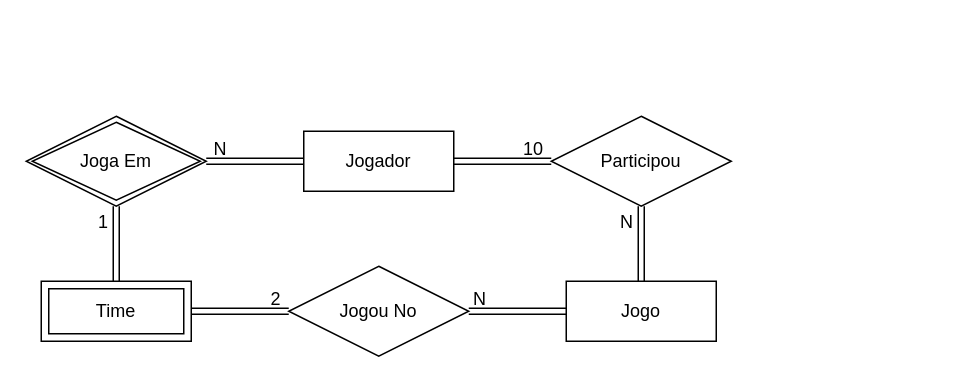
Above: ADS202-Exercicio2.drawio in Masso13/ADS202-Exercicios-17032023 (draw.io), before the change. Source tidied: cells renumbered, new cells numbered last; positions are measured from the earlier drawing's top-left corner, leaving out a move shared by most shapes. Both pictures are drawn from the tidied source at 150%, with x=0, y=0 at pixel (26, 116).
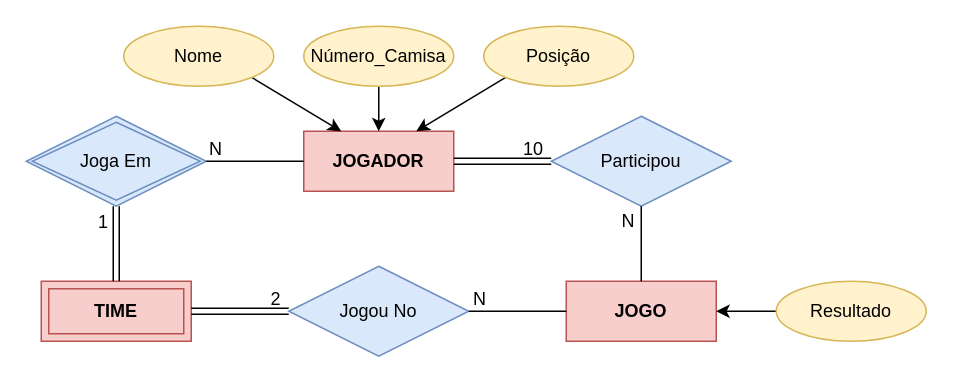
Above is the later version.

Change to the diagram source:
```diff
@@
-    <mxCell id="2" value="Jogo" style="whiteSpace=wrap;html=1;align=center;" parent="1" vertex="1">
+    <mxCell id="2" value="&lt;b&gt;JOGO&lt;/b&gt;" style="whiteSpace=wrap;html=1;align=center;fillColor=#f8cecc;strokeColor=#b85450;" parent="1" vertex="1">
       <mxGeometry x="360" y="110" width="100" height="40" as="geometry" />
     </mxCell>
-    <mxCell id="3" value="Jogador" style="whiteSpace=wrap;html=1;align=center;" parent="1" vertex="1">
+    <mxCell id="3" value="&lt;b&gt;JOGADOR&lt;/b&gt;" style="whiteSpace=wrap;html=1;align=center;fillColor=#f8cecc;strokeColor=#b85450;" parent="1" vertex="1">
       <mxGeometry x="185" y="10" width="100" height="40" as="geometry" />
     </mxCell>
-    <mxCell id="4" value="Time" style="shape=ext;margin=3;double=1;whiteSpace=wrap;html=1;align=center;" parent="1" vertex="1">
+    <mxCell id="4" value="&lt;b&gt;TIME&lt;/b&gt;" style="shape=ext;margin=3;double=1;whiteSpace=wrap;html=1;align=center;fillColor=#f8cecc;strokeColor=#b85450;" parent="1" vertex="1">
       <mxGeometry x="10" y="110" width="100" height="40" as="geometry" />
     </mxCell>
-    <mxCell id="5" value="Joga Em" style="shape=rhombus;double=1;perimeter=rhombusPerimeter;whiteSpace=wrap;html=1;align=center;" parent="1" vertex="1">
+    <mxCell id="5" value="Joga Em" style="shape=rhombus;double=1;perimeter=rhombusPerimeter;whiteSpace=wrap;html=1;align=center;fillColor=#dae8fc;strokeColor=#6c8ebf;" parent="1" vertex="1">
       <mxGeometry width="120" height="60" as="geometry" />
     </mxCell>
-    <mxCell id="6" value="Jogou No" style="shape=rhombus;perimeter=rhombusPerimeter;whiteSpace=wrap;html=1;align=center;" parent="1" vertex="1">
+    <mxCell id="6" value="Jogou No" style="shape=rhombus;perimeter=rhombusPerimeter;whiteSpace=wrap;html=1;align=center;fillColor=#dae8fc;strokeColor=#6c8ebf;" parent="1" vertex="1">
       <mxGeometry x="175" y="100" width="120" height="60" as="geometry" />
     </mxCell>
@@
-    <mxCell id="9" style="shape=link;html=1;rounded=0;exitX=1;exitY=0.5;exitDx=0;exitDy=0;entryX=0;entryY=0.5;entryDx=0;entryDy=0;" parent="1" edge="1" source="5" target="3">
-      <mxGeometry relative="1" as="geometry" />
-    </mxCell>
-    <mxCell id="10" value="N" style="html=1;whiteSpace=wrap;align=right;verticalAlign=bottom;" parent="9" vertex="1">
-      <mxGeometry x="1" relative="1" as="geometry">
-        <mxPoint x="-50" as="offset" />
-      </mxGeometry>
-    </mxCell>
@@
-    <mxCell id="13" style="shape=link;html=1;rounded=0;entryX=1;entryY=0.5;entryDx=0;entryDy=0;exitX=0;exitY=0.5;exitDx=0;exitDy=0;" parent="1" edge="1" source="2" target="6">
-      <mxGeometry relative="1" as="geometry" />
-    </mxCell>
-    <mxCell id="14" value="N" style="html=1;whiteSpace=wrap;align=right;verticalAlign=bottom;" parent="13" vertex="1">
-      <mxGeometry x="1" relative="1" as="geometry">
-        <mxPoint x="13" as="offset" />
-      </mxGeometry>
-    </mxCell>
@@
-    <mxCell id="17" value="Participou" style="shape=rhombus;perimeter=rhombusPerimeter;whiteSpace=wrap;html=1;align=center;" parent="1" vertex="1">
+    <mxCell id="17" value="Participou" style="shape=rhombus;perimeter=rhombusPerimeter;whiteSpace=wrap;html=1;align=center;fillColor=#dae8fc;strokeColor=#6c8ebf;" parent="1" vertex="1">
       <mxGeometry x="350" width="120" height="60" as="geometry" />
     </mxCell>
-    <mxCell id="18" style="shape=link;html=1;rounded=0;exitX=0.5;exitY=1;exitDx=0;exitDy=0;" parent="1" edge="1" source="17">
-      <mxGeometry relative="1" as="geometry">
-        <mxPoint x="410" y="110" as="targetPoint" />
-      </mxGeometry>
-    </mxCell>
-    <mxCell id="19" value="N" style="html=1;whiteSpace=wrap;align=right;verticalAlign=bottom;" parent="18" vertex="1">
-      <mxGeometry x="1" relative="1" as="geometry">
-        <mxPoint x="-4" y="-31" as="offset" />
-      </mxGeometry>
-    </mxCell>
+    <mxCell id="20" style="endArrow=none;html=1;rounded=0;entryX=0.5;entryY=1;entryDx=0;entryDy=0;exitX=0.5;exitY=0;exitDx=0;exitDy=0;" parent="1" edge="1" source="2" target="17">
+      <mxGeometry relative="1" as="geometry" />
+    </mxCell>
+    <mxCell id="21" value="N" style="html=1;whiteSpace=wrap;align=right;verticalAlign=bottom;" parent="20" vertex="1">
+      <mxGeometry x="1" relative="1" as="geometry">
+        <mxPoint x="-3" y="18" as="offset" />
+      </mxGeometry>
+    </mxCell>
+    <mxCell id="22" style="endArrow=none;html=1;rounded=0;entryX=1;entryY=0.5;entryDx=0;entryDy=0;exitX=0;exitY=0.5;exitDx=0;exitDy=0;" parent="1" edge="1" source="3" target="5">
+      <mxGeometry relative="1" as="geometry" />
+    </mxCell>
+    <mxCell id="23" value="N" style="html=1;whiteSpace=wrap;align=right;verticalAlign=bottom;" parent="22" vertex="1">
+      <mxGeometry x="1" relative="1" as="geometry">
+        <mxPoint x="12" as="offset" />
+      </mxGeometry>
+    </mxCell>
+    <mxCell id="13" style="endArrow=none;html=1;rounded=0;entryX=1;entryY=0.5;entryDx=0;entryDy=0;exitX=0;exitY=0.5;exitDx=0;exitDy=0;" parent="1" edge="1" source="2" target="6">
+      <mxGeometry relative="1" as="geometry" />
+    </mxCell>
+    <mxCell id="24" value="N" style="html=1;whiteSpace=wrap;align=right;verticalAlign=bottom;" parent="13" vertex="1">
+      <mxGeometry x="1" relative="1" as="geometry">
+        <mxPoint x="13" as="offset" />
+      </mxGeometry>
+    </mxCell>
+    <mxCell id="25" style="rounded=0;jettySize=auto;html=1;exitX=1;exitY=1;exitDx=0;exitDy=0;entryX=0.25;entryY=0;entryDx=0;entryDy=0;" parent="1" edge="1" source="26" target="3">
+      <mxGeometry relative="1" as="geometry" />
+    </mxCell>
+    <mxCell id="26" value="Nome" style="ellipse;whiteSpace=wrap;html=1;align=center;fillColor=#fff2cc;strokeColor=#d6b656;" parent="1" vertex="1">
+      <mxGeometry x="65" y="-60" width="100" height="40" as="geometry" />
+    </mxCell>
+    <mxCell id="27" style="edgeStyle=none;rounded=0;jettySize=auto;html=1;exitX=0.5;exitY=1;exitDx=0;exitDy=0;entryX=0.5;entryY=0;entryDx=0;entryDy=0;" parent="1" edge="1" source="28" target="3">
+      <mxGeometry relative="1" as="geometry" />
+    </mxCell>
+    <mxCell id="28" value="Número_Camisa" style="ellipse;whiteSpace=wrap;html=1;align=center;fillColor=#fff2cc;strokeColor=#d6b656;" parent="1" vertex="1">
+      <mxGeometry x="185" y="-60" width="100" height="40" as="geometry" />
+    </mxCell>
+    <mxCell id="29" style="edgeStyle=none;rounded=0;jettySize=auto;html=1;exitX=0;exitY=1;exitDx=0;exitDy=0;" parent="1" edge="1" source="30">
+      <mxGeometry relative="1" as="geometry">
+        <mxPoint x="260" y="10" as="targetPoint" />
+      </mxGeometry>
+    </mxCell>
+    <mxCell id="30" value="Posição" style="ellipse;whiteSpace=wrap;html=1;align=center;fillColor=#fff2cc;strokeColor=#d6b656;" parent="1" vertex="1">
+      <mxGeometry x="305" y="-60" width="100" height="40" as="geometry" />
+    </mxCell>
+    <mxCell id="31" style="edgeStyle=none;rounded=0;jettySize=auto;html=1;exitX=0;exitY=0.5;exitDx=0;exitDy=0;entryX=1;entryY=0.5;entryDx=0;entryDy=0;" parent="1" edge="1" source="32" target="2">
+      <mxGeometry relative="1" as="geometry" />
+    </mxCell>
+    <mxCell id="32" value="Resultado" style="ellipse;whiteSpace=wrap;html=1;align=center;fillColor=#fff2cc;strokeColor=#d6b656;" parent="1" vertex="1">
+      <mxGeometry x="500" y="110" width="100" height="40" as="geometry" />
+    </mxCell>
```
